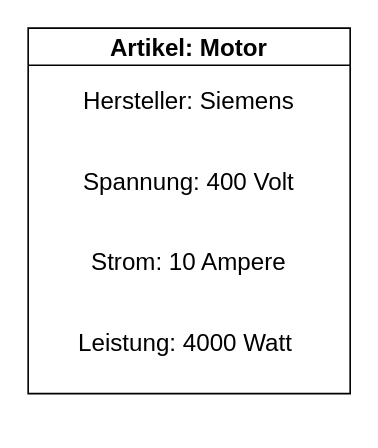
The draw.io diagram 03_abbildungen/02_schemas/drawio/Beispielartikel_Motor.drawio in AndreasAlstetter/Bachelorarbeit, before the edit. Source tidied: cells renumbered, new cells numbered last; positions are measured from the earlier drawing's top-left corner, leaving out a move shared by most shapes. Both pictures are drawn from the tidied source at 161%, with x=0, y=0 at pixel (27, 27).
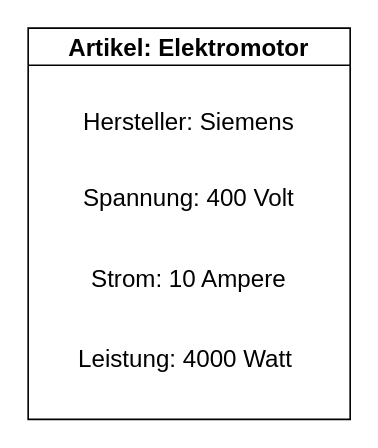
Above is the later version.

Change to the diagram source:
```diff
@@
 <mxGraphModel>
   <root>
     <mxCell id="0" />
     <mxCell id="1" parent="0" />
-    <mxCell id="2" value="&lt;font style=&quot;font-size: 15px;&quot;&gt;Artikel: Motor&lt;/font&gt;" style="swimlane;whiteSpace=wrap;html=1;" parent="1" vertex="1">
-      <mxGeometry width="200" height="227" as="geometry" />
+    <mxCell id="2" value="&lt;font style=&quot;font-size: 15px;&quot;&gt;Artikel: Elektromotor&lt;/font&gt;" style="swimlane;whiteSpace=wrap;html=1;" parent="1" vertex="1">
+      <mxGeometry width="200" height="243" as="geometry" />
     </mxCell>
     <mxCell id="3" value="&lt;font style=&quot;font-size: 15px;&quot;&gt;Hersteller: Siemens&lt;/font&gt;" style="text;html=1;whiteSpace=wrap;strokeColor=none;fillColor=none;align=center;verticalAlign=middle;rounded=0;" parent="2" vertex="1">
-      <mxGeometry y="20" width="200" height="50" as="geometry" />
+      <mxGeometry y="33" width="200" height="50" as="geometry" />
     </mxCell>
     <mxCell id="4" value="&lt;font style=&quot;font-size: 15px;&quot;&gt;Spannung: 400 Volt&lt;/font&gt;" style="text;html=1;whiteSpace=wrap;strokeColor=none;fillColor=none;align=center;verticalAlign=middle;rounded=0;" parent="2" vertex="1">
-      <mxGeometry y="70" width="200" height="50" as="geometry" />
+      <mxGeometry y="80" width="200" height="50" as="geometry" />
     </mxCell>
     <mxCell id="5" value="&lt;font style=&quot;font-size: 15px;&quot;&gt;Strom: 10 Ampere&lt;/font&gt;" style="text;html=1;whiteSpace=wrap;strokeColor=none;fillColor=none;align=center;verticalAlign=middle;rounded=0;" parent="2" vertex="1">
-      <mxGeometry y="120" width="200" height="50" as="geometry" />
+      <mxGeometry y="130" width="200" height="50" as="geometry" />
     </mxCell>
     <mxCell id="6" value="&lt;font style=&quot;font-size: 15px;&quot;&gt;Leistung: 4000 Watt&amp;nbsp;&lt;/font&gt;" style="text;html=1;whiteSpace=wrap;strokeColor=none;fillColor=none;align=center;verticalAlign=middle;rounded=0;" parent="2" vertex="1">
-      <mxGeometry y="170" width="200" height="50" as="geometry" />
+      <mxGeometry y="180" width="200" height="50" as="geometry" />
     </mxCell>
   </root>
 </mxGraphModel>
```
